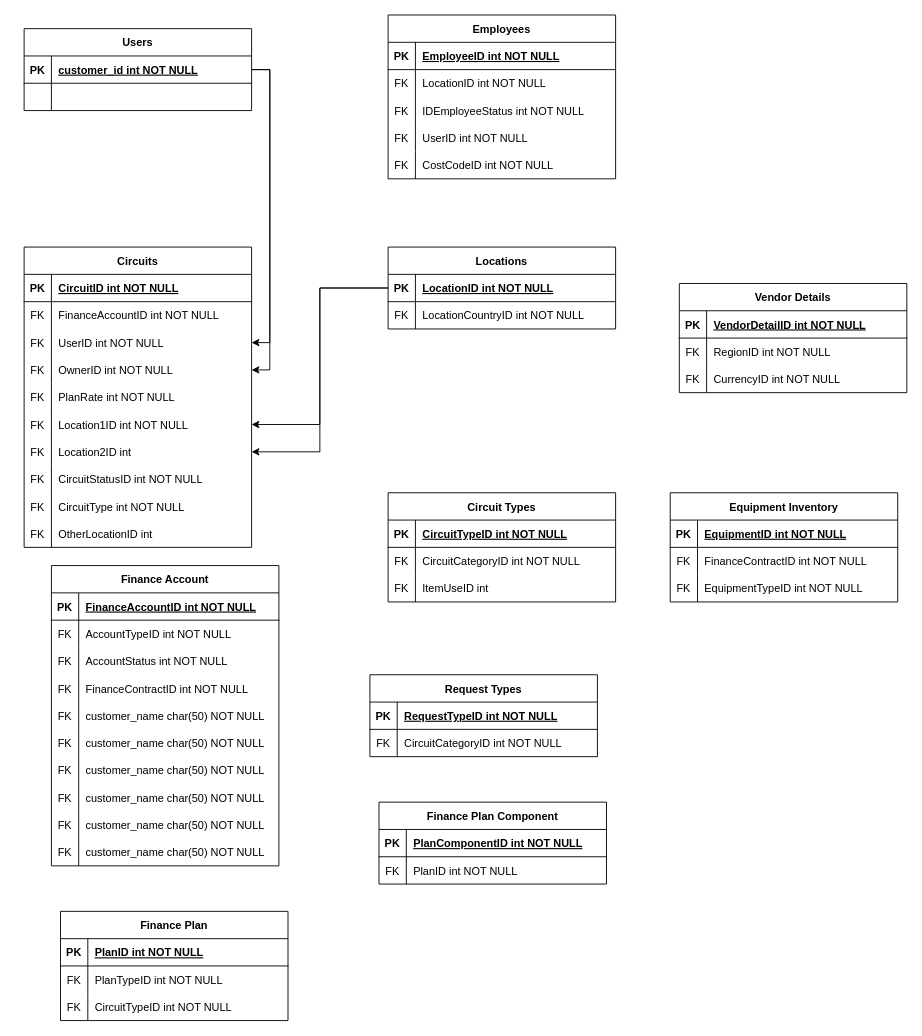
Earlier version of the draw.io diagram table-relationship.drawio (delatorrepsyche/Flowcharts). Source tidied: cells renumbered, new cells numbered last; positions are measured from the earlier drawing's top-left corner, leaving out a move shared by most shapes. Both pictures are drawn from the tidied source at 91%, with x=0, y=0 at pixel (24, 15).
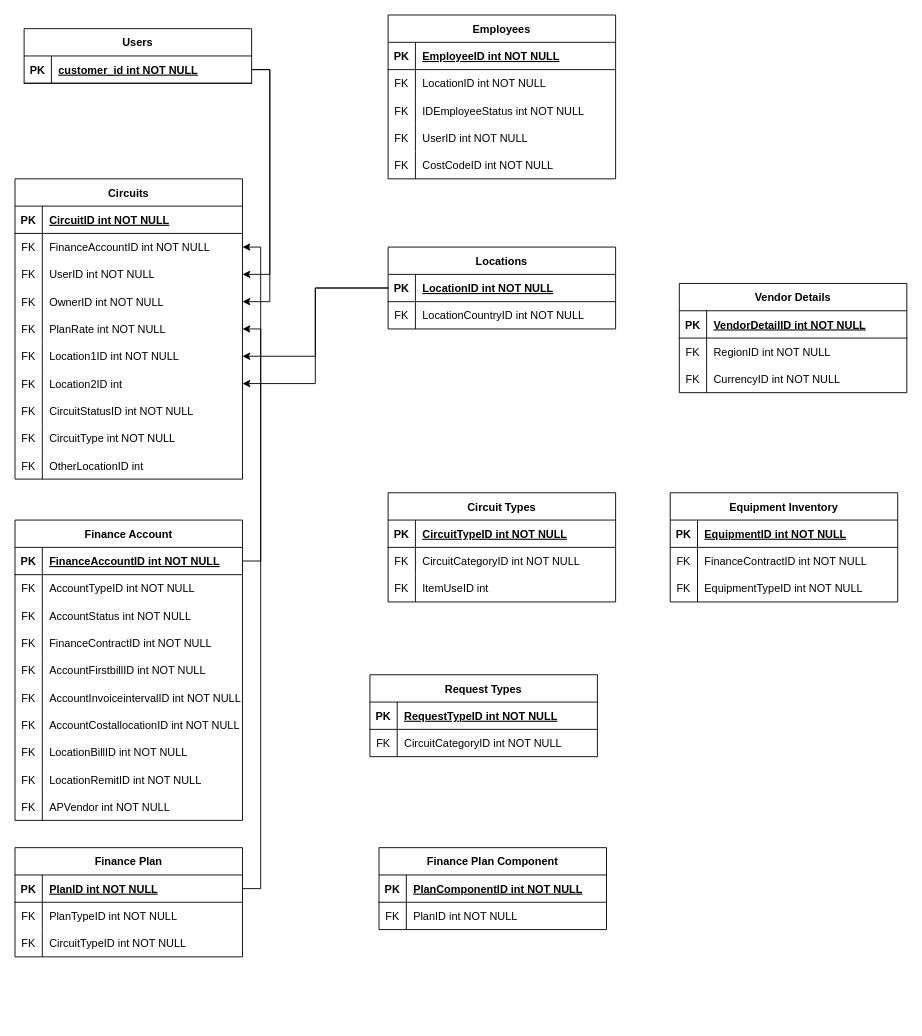
The same page after the edit.

Unchanged cells that the change refers to:
```xml
<mxCell id="33" style="shape=partialRectangle;fillColor=none;points=[[0,0.5],[1,0.5]];portConstraint=eastwest;top=0;left=0;right=0;bottom=1;" parent="32" vertex="1">
  <mxGeometry y="30" width="250" height="30" as="geometry" />
</mxCell>
<mxCell id="45" style="shape=partialRectangle;fillColor=none;top=0;left=0;right=0;bottom=0;" parent="32" vertex="1">
  <mxGeometry y="150" width="250" height="30" as="geometry" />
</mxCell>
<mxCell id="48" style="shape=partialRectangle;fillColor=none;top=0;left=0;right=0;bottom=0;" parent="32" vertex="1">
  <mxGeometry y="180" width="250" height="30" as="geometry" />
</mxCell>
<mxCell id="51" style="shape=partialRectangle;fillColor=none;top=0;left=0;right=0;bottom=0;" parent="32" vertex="1">
  <mxGeometry y="210" width="250" height="30" as="geometry" />
</mxCell>
<mxCell id="54" style="shape=partialRectangle;fillColor=none;top=0;left=0;right=0;bottom=0;" parent="32" vertex="1">
  <mxGeometry y="240" width="250" height="30" as="geometry" />
</mxCell>
<mxCell id="57" style="shape=partialRectangle;fillColor=none;top=0;left=0;right=0;bottom=0;" parent="32" vertex="1">
  <mxGeometry y="270" width="250" height="30" as="geometry" />
</mxCell>
<mxCell id="60" style="shape=partialRectangle;fillColor=none;top=0;left=0;right=0;bottom=0;" parent="32" vertex="1">
  <mxGeometry y="300" width="250" height="30" as="geometry" />
</mxCell>
<mxCell id="64" style="shape=partialRectangle;fillColor=none;points=[[0,0.5],[1,0.5]];portConstraint=eastwest;top=0;left=0;right=0;bottom=1;" parent="63" vertex="1">
  <mxGeometry y="30" width="250" height="30" as="geometry" />
</mxCell>
<mxCell id="84" style="shape=partialRectangle;fillColor=none;points=[[0,0.5],[1,0.5]];portConstraint=eastwest;top=0;left=0;right=0;bottom=0;" parent="80" vertex="1">
  <mxGeometry y="60" width="250" height="30" as="geometry" />
</mxCell>
<mxCell id="93" style="shape=partialRectangle;fillColor=none;points=[[0,0.5],[1,0.5]];portConstraint=eastwest;top=0;left=0;right=0;bottom=0;" parent="80" vertex="1">
  <mxGeometry y="150" width="250" height="30" as="geometry" />
</mxCell>
```

What changed in the source:
```diff
@@
     <mxCell id="25" value="Users" style="shape=table;startSize=30;childLayout=tableLayout;rowLines=0;fontStyle=1;align=center;" parent="1" vertex="1">
-      <mxGeometry y="15" width="250" height="90" as="geometry" />
+      <mxGeometry y="15" width="250" height="60" as="geometry" />
     </mxCell>
@@
-    <mxCell id="29" style="shape=partialRectangle;fillColor=none;top=0;left=0;right=0;bottom=0;" parent="25" vertex="1">
-      <mxGeometry y="60" width="250" height="30" as="geometry" />
-    </mxCell>
-    <mxCell id="30" style="shape=partialRectangle;overflow=hidden;fillColor=none;top=0;left=0;bottom=0;right=0;" parent="29" vertex="1">
-      <mxGeometry width="30" height="30" as="geometry" />
-    </mxCell>
-    <mxCell id="31" style="shape=partialRectangle;overflow=hidden;fillColor=none;top=0;left=0;bottom=0;right=0;align=left;spacingLeft=6;" parent="29" vertex="1">
-      <mxGeometry x="30" width="220" height="30" as="geometry" />
-    </mxCell>
     <mxCell id="32" value="Finance Account" style="shape=table;startSize=30;childLayout=tableLayout;rowLines=0;fontStyle=1;align=center;" parent="1" vertex="1">
-      <mxGeometry x="30" y="605" width="250" height="330" as="geometry" />
+      <mxGeometry x="-10" y="555" width="250" height="330" as="geometry" />
     </mxCell>
@@
-    <mxCell id="47" value="customer_name char(50) NOT NULL" style="shape=partialRectangle;overflow=hidden;fillColor=none;top=0;left=0;bottom=0;right=0;align=left;spacingLeft=6;" parent="45" vertex="1">
+    <mxCell id="47" value="AccountFirstbillID int NOT NULL" style="shape=partialRectangle;overflow=hidden;fillColor=none;top=0;left=0;bottom=0;right=0;align=left;spacingLeft=6;" parent="45" vertex="1">
       <mxGeometry x="30" width="220" height="30" as="geometry" />
     </mxCell>
@@
-    <mxCell id="50" value="customer_name char(50) NOT NULL" style="shape=partialRectangle;overflow=hidden;fillColor=none;top=0;left=0;bottom=0;right=0;align=left;spacingLeft=6;" parent="48" vertex="1">
+    <mxCell id="50" value="AccountInvoiceintervalID int NOT NULL" style="shape=partialRectangle;overflow=hidden;fillColor=none;top=0;left=0;bottom=0;right=0;align=left;spacingLeft=6;" parent="48" vertex="1">
       <mxGeometry x="30" width="220" height="30" as="geometry" />
     </mxCell>
@@
-    <mxCell id="53" value="customer_name char(50) NOT NULL" style="shape=partialRectangle;overflow=hidden;fillColor=none;top=0;left=0;bottom=0;right=0;align=left;spacingLeft=6;" parent="51" vertex="1">
+    <mxCell id="53" value="AccountCostallocationID int NOT NULL" style="shape=partialRectangle;overflow=hidden;fillColor=none;top=0;left=0;bottom=0;right=0;align=left;spacingLeft=6;" parent="51" vertex="1">
       <mxGeometry x="30" width="220" height="30" as="geometry" />
     </mxCell>
@@
-    <mxCell id="56" value="customer_name char(50) NOT NULL" style="shape=partialRectangle;overflow=hidden;fillColor=none;top=0;left=0;bottom=0;right=0;align=left;spacingLeft=6;" parent="54" vertex="1">
+    <mxCell id="56" value="LocationBillID int NOT NULL" style="shape=partialRectangle;overflow=hidden;fillColor=none;top=0;left=0;bottom=0;right=0;align=left;spacingLeft=6;" parent="54" vertex="1">
       <mxGeometry x="30" width="220" height="30" as="geometry" />
     </mxCell>
@@
-    <mxCell id="59" value="customer_name char(50) NOT NULL" style="shape=partialRectangle;overflow=hidden;fillColor=none;top=0;left=0;bottom=0;right=0;align=left;spacingLeft=6;" parent="57" vertex="1">
+    <mxCell id="59" value="LocationRemitID int NOT NULL" style="shape=partialRectangle;overflow=hidden;fillColor=none;top=0;left=0;bottom=0;right=0;align=left;spacingLeft=6;" parent="57" vertex="1">
       <mxGeometry x="30" width="220" height="30" as="geometry" />
     </mxCell>
@@
-    <mxCell id="62" value="customer_name char(50) NOT NULL" style="shape=partialRectangle;overflow=hidden;fillColor=none;top=0;left=0;bottom=0;right=0;align=left;spacingLeft=6;" parent="60" vertex="1">
+    <mxCell id="62" value="APVendor int NOT NULL" style="shape=partialRectangle;overflow=hidden;fillColor=none;top=0;left=0;bottom=0;right=0;align=left;spacingLeft=6;" parent="60" vertex="1">
       <mxGeometry x="30" width="220" height="30" as="geometry" />
     </mxCell>
     <mxCell id="63" value="Finance Plan" style="shape=table;startSize=30;childLayout=tableLayout;rowLines=0;fontStyle=1;align=center;" parent="1" vertex="1">
-      <mxGeometry x="40" y="985" width="250" height="120" as="geometry" />
+      <mxGeometry x="-10" y="915" width="250" height="120" as="geometry" />
     </mxCell>
@@
     <mxCell id="73" value="Finance Plan Component" style="shape=table;startSize=30;childLayout=tableLayout;rowLines=0;fontStyle=1;align=center;" parent="1" vertex="1">
-      <mxGeometry x="390" y="865" width="250" height="90" as="geometry" />
+      <mxGeometry x="390" y="915" width="250" height="90" as="geometry" />
     </mxCell>
@@
     <mxCell id="80" value="Circuits" style="shape=table;startSize=30;childLayout=tableLayout;rowLines=0;fontStyle=1;align=center;" parent="1" vertex="1">
-      <mxGeometry y="255" width="250" height="330" as="geometry" />
+      <mxGeometry x="-10" y="180" width="250" height="330" as="geometry" />
     </mxCell>
@@
+    <mxCell id="152" style="edgeStyle=orthogonalEdgeStyle;rounded=0;jettySize=auto;html=1;exitX=1;exitY=0.5;exitDx=0;exitDy=0;entryX=1;entryY=0.5;entryDx=0;entryDy=0;" parent="1" edge="1" source="33" target="84">
+      <mxGeometry relative="1" as="geometry" />
+    </mxCell>
+    <mxCell id="153" style="edgeStyle=orthogonalEdgeStyle;rounded=0;jettySize=auto;html=1;exitX=1;exitY=0.5;exitDx=0;exitDy=0;entryX=1;entryY=0.5;entryDx=0;entryDy=0;" parent="1" edge="1" source="64" target="93">
+      <mxGeometry relative="1" as="geometry" />
+    </mxCell>
```
